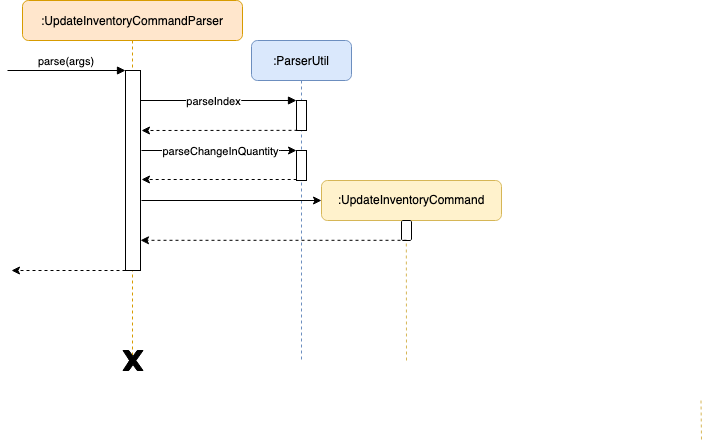
This is docs/images/UpdateInventoryCommandSequenceDiagram.png from nus-cs2103-AY2021S1/tp, a draw.io export, as it was before one commit. Source tidied: cells renumbered, new cells last; positions are measured from the earlier drawing's top-left corner, leaving out a move shared by most shapes. Its diagram source:
```xml
<mxGraphModel background="#ffffff">
  <root>
    <mxCell id="0" />
    <mxCell id="1" parent="0" />
    <mxCell id="2" value=":UpdateInventoryCommandParser" style="shape=umlLifeline;perimeter=lifelinePerimeter;rounded=1;shadow=0;strokeWidth=1;fillColor=#ffe6cc;strokeColor=#d79b00;" parent="1" vertex="1">
      <mxGeometry x="15" width="220" height="360" as="geometry" />
    </mxCell>
    <mxCell id="3" style="points=[];perimeter=orthogonalPerimeter;rounded=0;shadow=0;strokeWidth=1;" parent="2" vertex="1">
      <mxGeometry x="103" y="70" width="15" height="200" as="geometry" />
    </mxCell>
    <mxCell id="4" value="parse(args)" style="verticalAlign=bottom;startArrow=none;endArrow=block;startSize=8;shadow=0;strokeWidth=1;startFill=0;" parent="2" edge="1" target="3">
      <mxGeometry relative="1" as="geometry">
        <mxPoint x="-15" y="70" as="sourcePoint" />
      </mxGeometry>
    </mxCell>
    <mxCell id="5" value=":ParserUtil" style="shape=umlLifeline;perimeter=lifelinePerimeter;rounded=1;shadow=0;strokeWidth=1;size=40;fillColor=#dae8fc;strokeColor=#6c8ebf;" parent="1" vertex="1">
      <mxGeometry x="244" y="40" width="100" height="320" as="geometry" />
    </mxCell>
    <mxCell id="6" style="points=[];perimeter=orthogonalPerimeter;rounded=0;shadow=0;strokeWidth=1;" parent="5" vertex="1">
      <mxGeometry x="45" y="60" width="10" height="30" as="geometry" />
    </mxCell>
    <mxCell id="7" style="points=[];perimeter=orthogonalPerimeter;rounded=0;shadow=0;strokeWidth=1;" parent="5" vertex="1">
      <mxGeometry x="45" y="110" width="10" height="30" as="geometry" />
    </mxCell>
    <mxCell id="8" style="verticalAlign=bottom;endArrow=block;shadow=0;strokeWidth=1;" parent="1" edge="1" source="3" target="6">
      <mxGeometry relative="1" as="geometry">
        <Array as="points">
          <mxPoint x="224" y="100" />
        </Array>
      </mxGeometry>
    </mxCell>
    <mxCell id="9" value="parseIndex" style="edgeLabel;html=1;align=center;verticalAlign=middle;" parent="8" vertex="1">
      <mxGeometry x="0.16" y="-19" relative="1" as="geometry">
        <mxPoint x="-19" y="-19" as="offset" />
      </mxGeometry>
    </mxCell>
    <mxCell id="10" style="endArrow=classic;html=1;dashed=1;exitX=0.1;exitY=0.995;exitDx=0;exitDy=0;exitPerimeter=0;" parent="1" edge="1" source="6">
      <mxGeometry relative="1" as="geometry">
        <mxPoint x="134" y="130" as="targetPoint" />
      </mxGeometry>
    </mxCell>
    <mxCell id="11" style="endArrow=classic;html=1;" parent="1" edge="1" target="7">
      <mxGeometry relative="1" as="geometry">
        <mxPoint x="134" y="150" as="sourcePoint" />
        <Array as="points">
          <mxPoint x="264" y="150" />
        </Array>
      </mxGeometry>
    </mxCell>
    <mxCell id="12" value="parseChangeInQuantity" style="edgeLabel;html=1;align=center;verticalAlign=middle;" parent="11" vertex="1">
      <mxGeometry x="0.68" y="-52" relative="1" as="geometry">
        <mxPoint x="-52" y="-52" as="offset" />
      </mxGeometry>
    </mxCell>
    <mxCell id="13" style="endArrow=classic;html=1;exitX=0.02;exitY=0.967;exitDx=0;exitDy=0;exitPerimeter=0;dashed=1;" parent="1" edge="1" source="7">
      <mxGeometry relative="1" as="geometry">
        <mxPoint x="134" y="179" as="targetPoint" />
      </mxGeometry>
    </mxCell>
    <mxCell id="14" style="endArrow=none;dashed=1;html=1;strokeColor=#d6b656;entryX=0.48;entryY=1.01;entryDx=0;entryDy=0;entryPerimeter=0;fillColor=#fff2cc;" parent="1" edge="1">
      <mxGeometry relative="1" as="geometry">
        <mxPoint x="399" y="360" as="sourcePoint" />
        <mxPoint x="398.8" y="230.2" as="targetPoint" />
      </mxGeometry>
    </mxCell>
    <mxCell id="15" style="endArrow=classic;html=1;strokeColor=#000000;dashed=1;" parent="1" edge="1">
      <mxGeometry relative="1" as="geometry">
        <mxPoint x="534" y="300" as="sourcePoint" />
        <mxPoint x="534" y="300" as="targetPoint" />
      </mxGeometry>
    </mxCell>
    <mxCell id="16" value=":UpdateInventoryCommand" style="rounded=1;whiteSpace=wrap;html=1;strokeColor=#d6b656;fillColor=#fff2cc;" parent="1" vertex="1">
      <mxGeometry x="314" y="180" width="180" height="40" as="geometry" />
    </mxCell>
    <mxCell id="17" style="html=1;points=[];perimeter=orthogonalPerimeter;rounded=1;strokeColor=#000000;gradientColor=none;" parent="1" vertex="1">
      <mxGeometry x="394" y="220" width="10" height="20" as="geometry" />
    </mxCell>
    <mxCell id="18" style="endArrow=classic;html=1;dashed=1;strokeColor=#000000;exitX=0.5;exitY=0.99;exitDx=0;exitDy=0;exitPerimeter=0;" parent="1" edge="1" source="17" target="3">
      <mxGeometry relative="1" as="geometry" />
    </mxCell>
    <mxCell id="19" style="endArrow=none;dashed=1;html=1;strokeColor=#d6b656;exitX=0.6;exitY=1.05;exitDx=0;exitDy=0;exitPerimeter=0;fillColor=#fff2cc;" parent="1" edge="1">
      <mxGeometry relative="1" as="geometry">
        <mxPoint x="693.5" y="400" as="sourcePoint" />
        <mxPoint x="694" y="440" as="targetPoint" />
      </mxGeometry>
    </mxCell>
    <mxCell id="20" style="endArrow=classic;html=1;entryX=0;entryY=0.5;entryDx=0;entryDy=0;" parent="1" edge="1" target="16">
      <mxGeometry relative="1" as="geometry">
        <mxPoint x="134" y="200" as="sourcePoint" />
      </mxGeometry>
    </mxCell>
    <mxCell id="21" style="verticalLabelPosition=bottom;verticalAlign=top;html=1;shape=mxgraph.basic.x;rounded=1;strokeColor=#000000;gradientColor=none;fillColor=#000000;" parent="1" vertex="1">
      <mxGeometry x="115.5" y="350" width="20" height="20" as="geometry" />
    </mxCell>
    <mxCell id="22" style="edgeStyle=orthogonalEdgeStyle;rounded=0;orthogonalLoop=1;jettySize=auto;html=1;exitX=0.33;exitY=0.5;exitDx=0;exitDy=0;exitPerimeter=0;entryX=0.65;entryY=0.5;entryDx=0;entryDy=0;entryPerimeter=0;" parent="1" edge="1" source="21" target="21">
      <mxGeometry relative="1" as="geometry" />
    </mxCell>
    <mxCell id="23" style="endArrow=classic;html=1;dashed=1;strokeColor=#000000;exitX=0.5;exitY=0.99;exitDx=0;exitDy=0;exitPerimeter=0;" parent="1" edge="1">
      <mxGeometry relative="1" as="geometry">
        <mxPoint x="130" y="270" as="sourcePoint" />
        <mxPoint x="4" y="270" as="targetPoint" />
      </mxGeometry>
    </mxCell>
  </root>
</mxGraphModel>
```
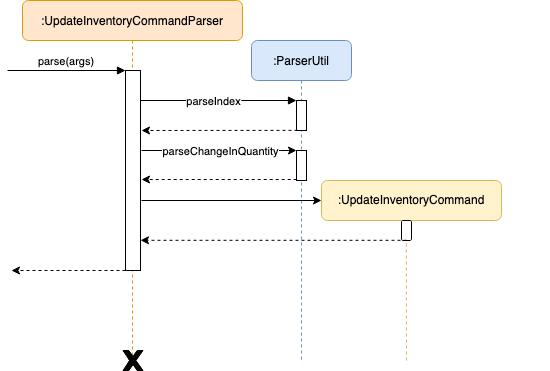
Later version of the same file.

Commit message:
Clean up diagrams

What changed in the source:
```diff
@@ -78,12 +78,6 @@
     <mxCell id="18" style="endArrow=classic;html=1;dashed=1;strokeColor=#000000;exitX=0.5;exitY=0.99;exitDx=0;exitDy=0;exitPerimeter=0;" parent="1" edge="1" source="17" target="3">
       <mxGeometry relative="1" as="geometry" />
     </mxCell>
-    <mxCell id="19" style="endArrow=none;dashed=1;html=1;strokeColor=#d6b656;exitX=0.6;exitY=1.05;exitDx=0;exitDy=0;exitPerimeter=0;fillColor=#fff2cc;" parent="1" edge="1">
-      <mxGeometry relative="1" as="geometry">
-        <mxPoint x="693.5" y="400" as="sourcePoint" />
-        <mxPoint x="694" y="440" as="targetPoint" />
-      </mxGeometry>
-    </mxCell>
     <mxCell id="20" style="endArrow=classic;html=1;entryX=0;entryY=0.5;entryDx=0;entryDy=0;" parent="1" edge="1" target="16">
       <mxGeometry relative="1" as="geometry">
         <mxPoint x="134" y="200" as="sourcePoint" />
```
